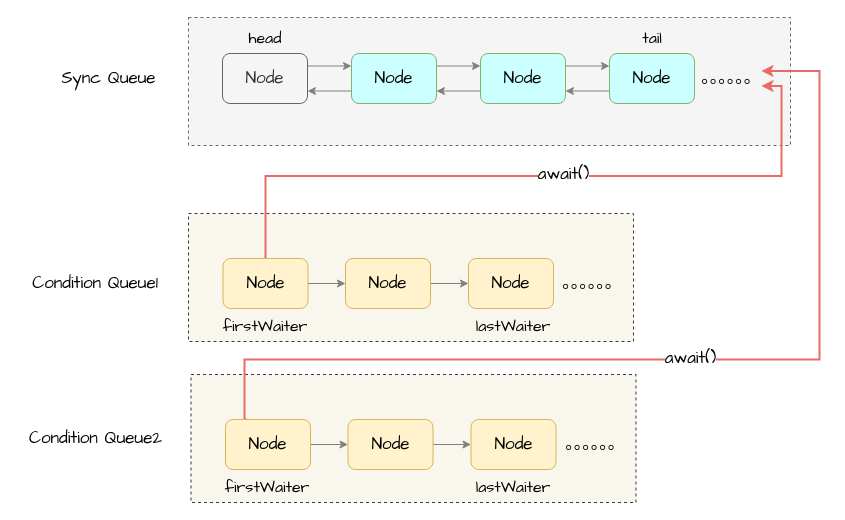
LittleY98/Draw_Repository keeps this draw.io diagram as page "Condition" (11 of 11) of JUC.drawio. Above is the earlier version. Source tidied: cells renumbered, new cells numbered last; positions are measured from the earlier drawing's top-left corner, leaving out a move shared by most shapes. Both pictures are drawn from the tidied source at 100%, with x=0, y=0 at pixel (17, 17).
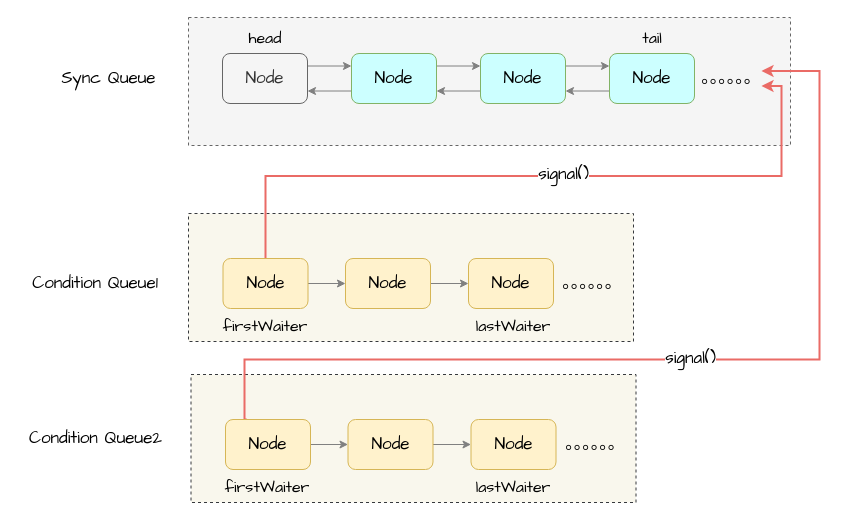
The same page after the edit.

Unchanged cells that the change refers to:
```xml
<mxCell id="19" style="edgeStyle=orthogonalEdgeStyle;rounded=0;jettySize=auto;html=1;exitX=0.5;exitY=0;exitDx=0;exitDy=0;entryX=1;entryY=0.75;entryDx=0;entryDy=0;strokeColor=#EA6B66;fontFamily=Comic Sans MS;fontStyle=0;strokeWidth=2;fontSize=17;" parent="1" edge="1" source="21" target="16">
  <mxGeometry relative="1" as="geometry" />
</mxCell>
<mxCell id="30" style="edgeStyle=orthogonalEdgeStyle;rounded=0;jettySize=auto;html=1;exitX=0.25;exitY=0;exitDx=0;exitDy=0;entryX=1;entryY=0.25;entryDx=0;entryDy=0;strokeColor=#EA6B66;fontFamily=Comic Sans MS;fontStyle=0;strokeWidth=2;fontSize=17;" parent="1" edge="1" source="32" target="16">
  <mxGeometry relative="1" as="geometry">
    <Array as="points">
      <mxPoint x="227" y="402" />
      <mxPoint x="227" y="342" />
      <mxPoint x="802" y="342" />
      <mxPoint x="802" y="54" />
    </Array>
  </mxGeometry>
</mxCell>
```

Change to the diagram source:
```diff
@@
-    <mxCell id="20" value="await()" style="edgeLabel;html=1;align=center;verticalAlign=middle;fontStyle=0;fontFamily=Comic Sans MS;fontSize=17;" parent="19" vertex="1">
+    <mxCell id="20" value="signal()" style="edgeLabel;html=1;align=center;verticalAlign=middle;fontStyle=0;fontFamily=Comic Sans MS;fontSize=17;" parent="19" vertex="1">
       <mxGeometry x="0.07" y="-2" relative="1" as="geometry">
         <mxPoint x="1" y="-4" as="offset" />
       </mxGeometry>
     </mxCell>
@@
-    <mxCell id="31" value="await()" style="edgeLabel;html=1;align=center;verticalAlign=middle;fontStyle=0;fontFamily=Comic Sans MS;fontSize=17;" parent="30" vertex="1">
+    <mxCell id="31" value="signal()" style="edgeLabel;html=1;align=center;verticalAlign=middle;fontStyle=0;fontFamily=Comic Sans MS;fontSize=17;" parent="30" vertex="1">
       <mxGeometry x="0.03" y="-1" relative="1" as="geometry">
         <mxPoint x="1" y="-3" as="offset" />
       </mxGeometry>
     </mxCell>
```
